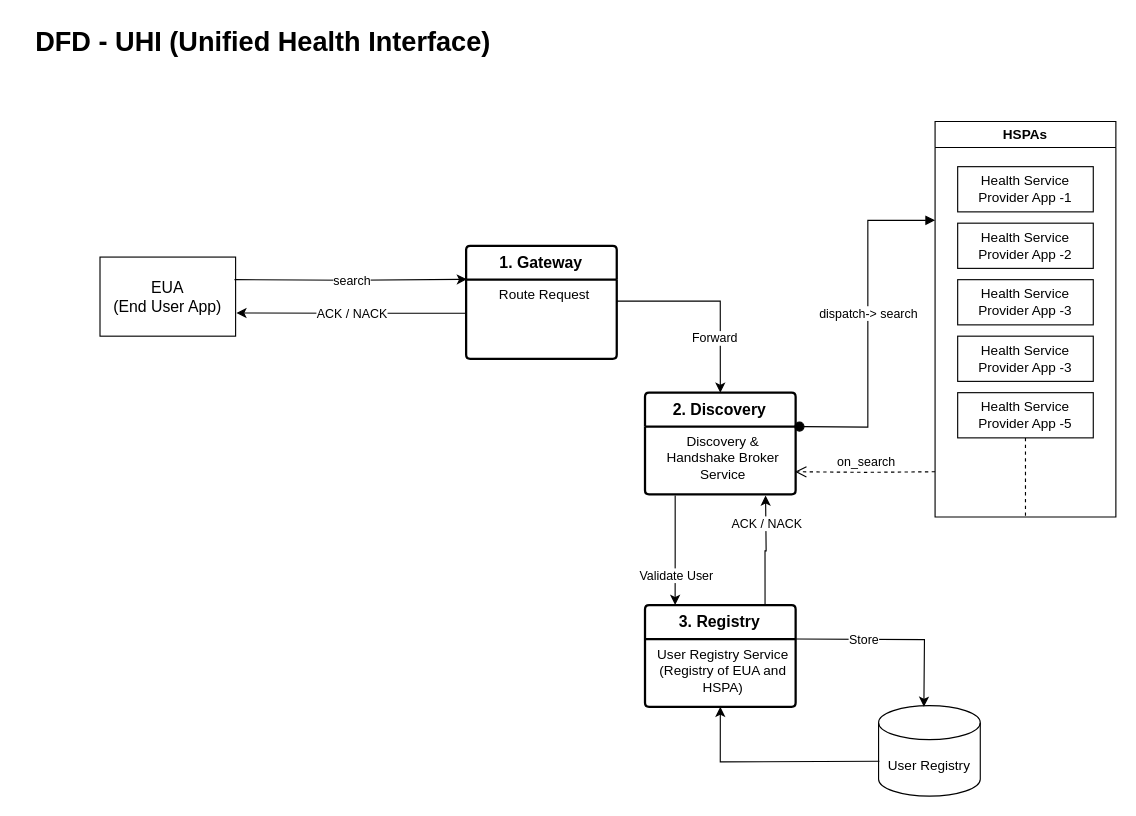
This is UHI_DFD.drawio from maddy23285/policies, a draw.io file, before an edit. Source tidied: cells renumbered, new cells numbered last; positions are measured from the earlier drawing's top-left corner, leaving out a move shared by most shapes. Both pictures are drawn from the tidied source at 113%, with x=0, y=0 at pixel (19, 19).
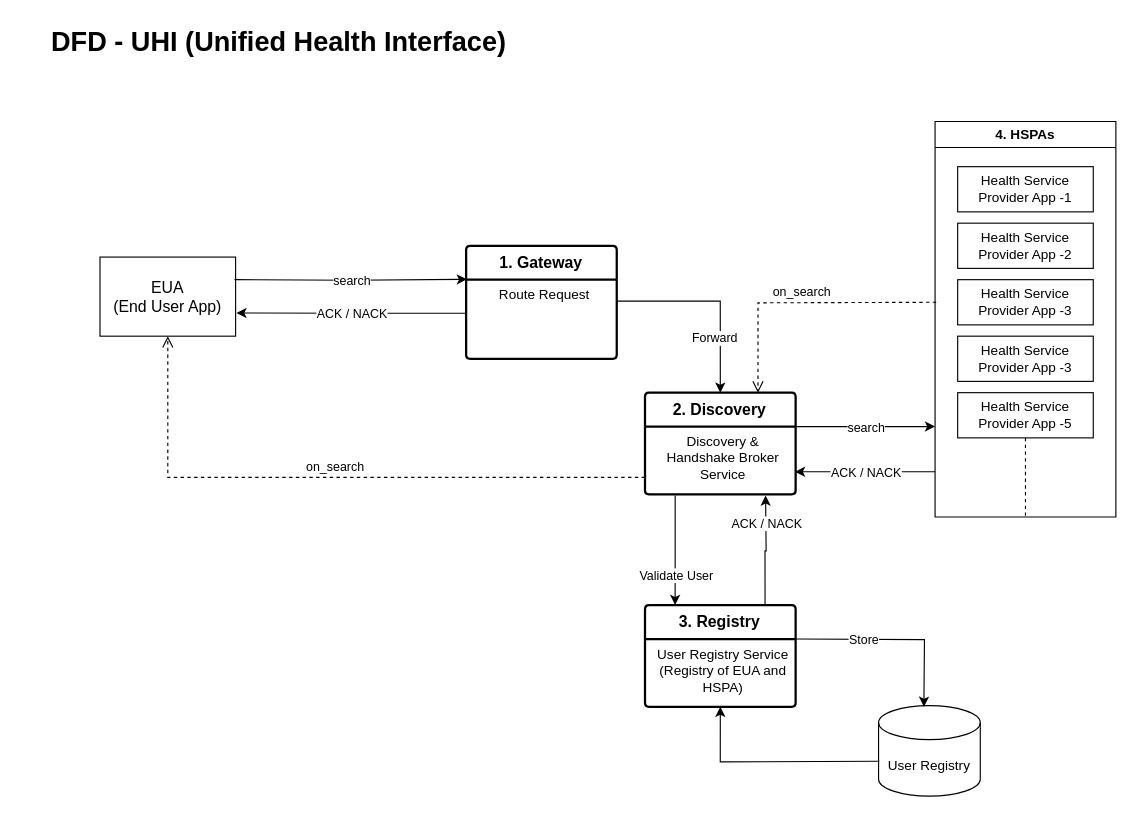
Above is the later version.

Unchanged cells that the change refers to:
```xml
<mxCell id="4" value="&lt;font style=&quot;font-size: 14px;&quot;&gt;EUA&lt;br&gt;(End User App)&lt;br&gt;&lt;/font&gt;" style="rounded=0;whiteSpace=wrap;html=1;" parent="1" vertex="1">
  <mxGeometry x="71" y="210" width="120" height="70" as="geometry" />
</mxCell>
<mxCell id="8" value="&lt;font style=&quot;font-size: 14px;&quot;&gt;&lt;b style=&quot;&quot;&gt;2. Discovery&lt;/b&gt;&lt;/font&gt;" style="swimlane;horizontal=1;startSize=30;rounded=1;fontSize=14;fontStyle=0;strokeWidth=2;shadow=0;dashed=0;align=center;arcSize=4;whiteSpace=wrap;html=1;" parent="1" vertex="1">
  <mxGeometry x="553.3" y="330" width="133.3" height="90" as="geometry" />
</mxCell>
<mxCell id="9" value="Discovery &amp;amp; &lt;br&gt;Handshake Broker &lt;br&gt;Service" style="align=center;strokeColor=none;fillColor=none;spacingLeft=4;fontSize=12;verticalAlign=top;html=1;" parent="8" vertex="1">
  <mxGeometry y="30" width="133.3" height="60" as="geometry" />
</mxCell>
```

Change to the diagram source:
```diff
@@
     <mxCell id="12" value="&lt;font style=&quot;font-size: 24px;&quot;&gt;&lt;b&gt;DFD - UHI (Unified Health Interface)&lt;/b&gt;&lt;/font&gt;" style="text;html=1;align=center;verticalAlign=middle;strokeColor=none;fillColor=none;" parent="1" vertex="1">
-      <mxGeometry width="430" height="40" as="geometry" />
+      <mxGeometry x="14" width="430" height="40" as="geometry" />
     </mxCell>
@@
-    <mxCell id="17" value="HSPAs" style="swimlane;whiteSpace=wrap;html=1;" parent="1" vertex="1">
+    <mxCell id="17" value="4. HSPAs" style="swimlane;whiteSpace=wrap;html=1;" parent="1" vertex="1">
       <mxGeometry x="810" y="90" width="160" height="350" as="geometry" />
     </mxCell>
@@
-    <mxCell id="23" value="dispatch-&amp;gt; search" style="html=1;verticalAlign=bottom;startArrow=oval;startFill=1;endArrow=block;startSize=8;curved=0;rounded=0;edgeStyle=orthogonalEdgeStyle;entryX=0;entryY=0.25;entryDx=0;entryDy=0;" parent="1" edge="1" target="17">
-      <mxGeometry relative="1" as="geometry">
-        <mxPoint x="690" y="360" as="sourcePoint" />
-      </mxGeometry>
-    </mxCell>
-    <mxCell id="24" value="on_search" style="html=1;verticalAlign=bottom;endArrow=open;dashed=1;endSize=8;curved=0;rounded=0;edgeStyle=orthogonalEdgeStyle;entryX=0.996;entryY=0.666;entryDx=0;entryDy=0;entryPerimeter=0;" parent="1" edge="1" target="9">
+    <mxCell id="24" value="on_search" style="html=1;verticalAlign=bottom;endArrow=open;dashed=1;endSize=8;curved=0;rounded=0;edgeStyle=orthogonalEdgeStyle;entryX=0.75;entryY=0;entryDx=0;entryDy=0;" parent="1" edge="1" target="8">
       <mxGeometry relative="1" as="geometry">
-        <mxPoint x="810" y="400" as="sourcePoint" />
+        <mxPoint x="811" y="250" as="sourcePoint" />
       </mxGeometry>
     </mxCell>
@@
+    <mxCell id="32" value="on_search" style="html=1;verticalAlign=bottom;endArrow=open;dashed=1;endSize=8;curved=0;rounded=0;edgeStyle=orthogonalEdgeStyle;exitX=0;exitY=0.75;exitDx=0;exitDy=0;entryX=0.5;entryY=1;entryDx=0;entryDy=0;" parent="1" edge="1" source="9" target="4">
+      <mxGeometry relative="1" as="geometry" />
+    </mxCell>
+    <mxCell id="33" style="endArrow=classic;html=1;rounded=0;edgeStyle=orthogonalEdgeStyle;" parent="1" edge="1">
+      <mxGeometry relative="1" as="geometry">
+        <mxPoint x="686" y="360" as="sourcePoint" />
+        <mxPoint x="810" y="360" as="targetPoint" />
+      </mxGeometry>
+    </mxCell>
+    <mxCell id="34" value="search" style="edgeLabel;html=1;align=center;verticalAlign=middle;" parent="33" vertex="1">
+      <mxGeometry relative="1" as="geometry" />
+    </mxCell>
+    <mxCell id="35" style="endArrow=classic;html=1;rounded=0;edgeStyle=orthogonalEdgeStyle;" parent="1" edge="1">
+      <mxGeometry relative="1" as="geometry">
+        <mxPoint x="810" y="400" as="sourcePoint" />
+        <mxPoint x="686" y="400" as="targetPoint" />
+      </mxGeometry>
+    </mxCell>
+    <mxCell id="36" value="ACK / NACK" style="edgeLabel;html=1;align=center;verticalAlign=middle;" parent="35" vertex="1">
+      <mxGeometry relative="1" as="geometry" />
+    </mxCell>
```
